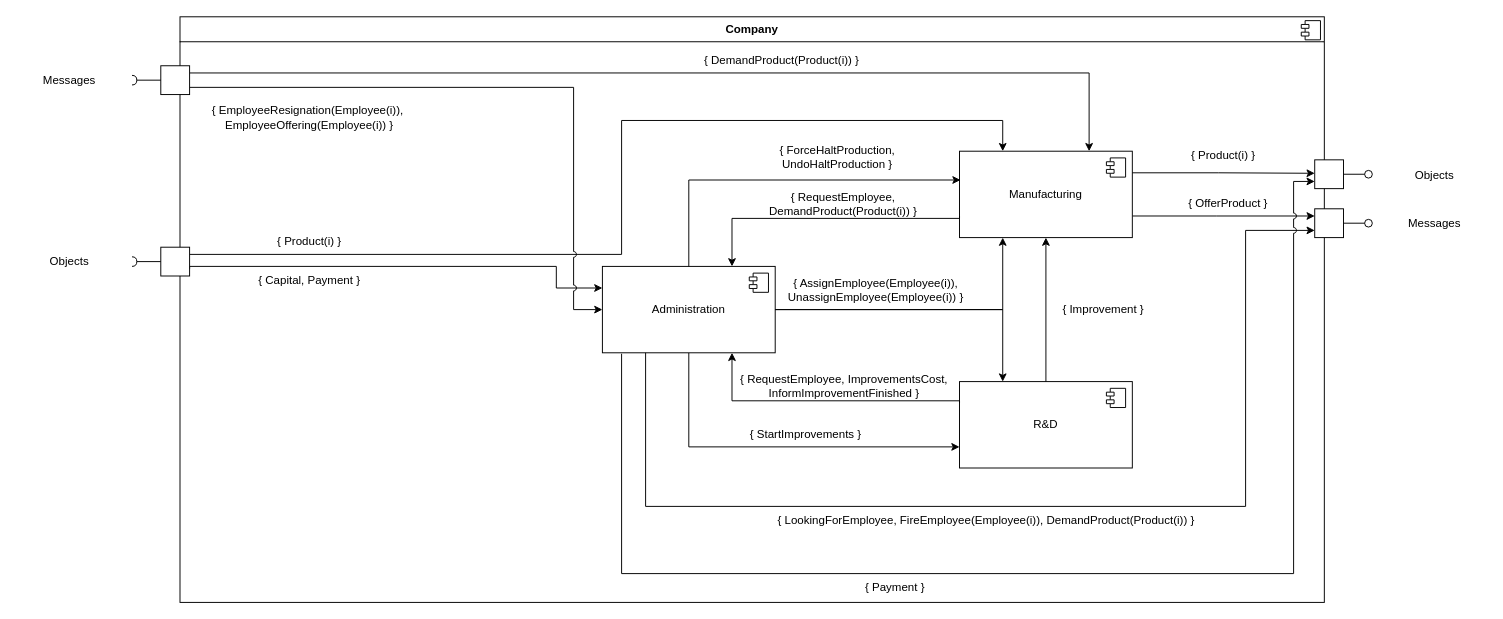
EmmanuelMess/Multistep-DEVS-Simulator keeps this draw.io diagram as design/DEVS diagrams/company/DEVS module.drawio. Above is the earlier version. Source tidied: cells renumbered, new cells numbered last; positions are measured from the earlier drawing's top-left corner, leaving out a move shared by most shapes. Both pictures are drawn from the tidied source at 96%, with x=0, y=0 at pixel (16, 16).
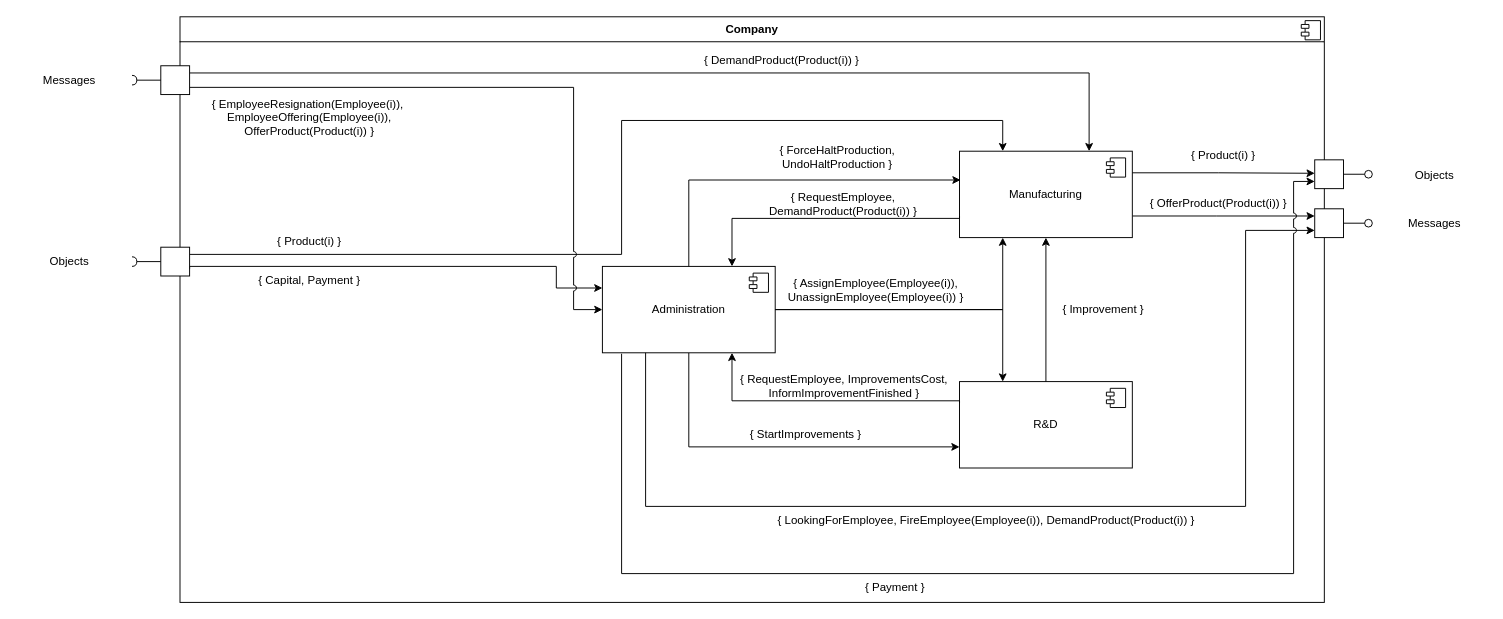
The same page after the edit.

Change to the diagram source:
```diff
@@
-    <mxCell id="23" value="{&amp;nbsp;&lt;span style=&quot;background-color: transparent; color: light-dark(rgb(0, 0, 0), rgb(255, 255, 255));&quot;&gt;OfferProduct }&lt;/span&gt;" style="text;html=1;align=center;verticalAlign=middle;whiteSpace=wrap;rounded=0;" parent="1" vertex="1">
-      <mxGeometry x="1172" y="180" width="180" height="30" as="geometry" />
+    <mxCell id="23" value="{ OfferProduct(Product(i))&lt;span style=&quot;background-color: transparent; color: light-dark(rgb(0, 0, 0), rgb(255, 255, 255));&quot;&gt;&amp;nbsp;}&lt;/span&gt;" style="text;html=1;align=center;verticalAlign=middle;whiteSpace=wrap;rounded=0;" parent="1" vertex="1">
+      <mxGeometry x="1162" y="180" width="180" height="30" as="geometry" />
     </mxCell>
@@
-    <mxCell id="45" value="{ EmployeeResignation(Employee(i)),&amp;nbsp;&lt;div&gt;EmployeeOffering(Employee(i)) }&lt;/div&gt;" style="text;html=1;align=center;verticalAlign=middle;whiteSpace=wrap;rounded=0;" parent="1" vertex="1">
+    <mxCell id="45" value="{ EmployeeResignation(Employee(i)),&amp;nbsp;&lt;div&gt;EmployeeOffering(Employee(i)), OfferProduct(Product(i)) }&lt;/div&gt;" style="text;html=1;align=center;verticalAlign=middle;whiteSpace=wrap;rounded=0;" parent="1" vertex="1">
       <mxGeometry x="200" y="80" width="210" height="50" as="geometry" />
     </mxCell>
```
